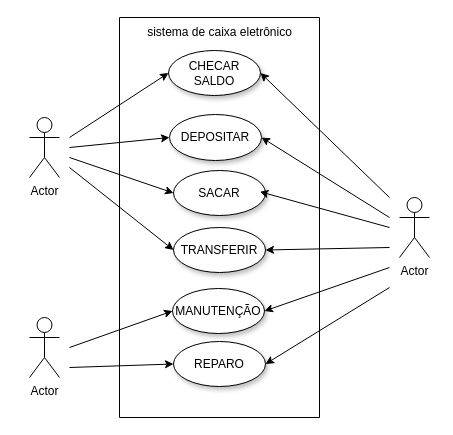
Above: page "02" (2 of 2) of Diagrama sem nome.drawio in alvgabs/diagramasderequisitos (draw.io), before the change. Source tidied: cells renumbered, new cells numbered last; positions are measured from the earlier drawing's top-left corner, leaving out a move shared by most shapes. Both pictures are drawn from the tidied source at 100%, with x=0, y=0 at pixel (29, 17).
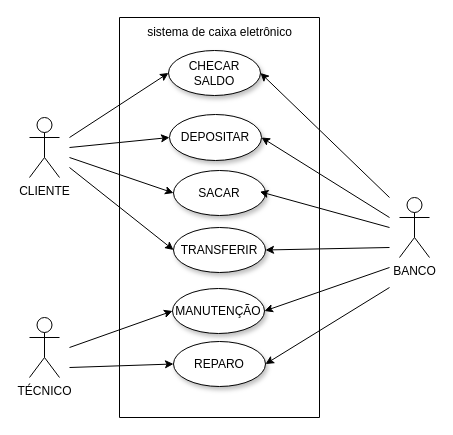
After the change.

The edit, as a diff of the source:
```diff
@@
-    <mxCell id="2" value="Actor" style="shape=umlActor;verticalLabelPosition=bottom;verticalAlign=top;html=1;" parent="1" vertex="1">
+    <mxCell id="2" value="CLIENTE" style="shape=umlActor;verticalLabelPosition=bottom;verticalAlign=top;html=1;" parent="1" vertex="1">
       <mxGeometry y="100" width="30" height="60" as="geometry" />
     </mxCell>
-    <mxCell id="3" value="Actor" style="shape=umlActor;verticalLabelPosition=bottom;verticalAlign=top;html=1;" parent="1" vertex="1">
+    <mxCell id="3" value="TÉCNICO" style="shape=umlActor;verticalLabelPosition=bottom;verticalAlign=top;html=1;" parent="1" vertex="1">
       <mxGeometry y="300" width="30" height="60" as="geometry" />
     </mxCell>
-    <mxCell id="4" value="Actor" style="shape=umlActor;verticalLabelPosition=bottom;verticalAlign=top;html=1;" parent="1" vertex="1">
+    <mxCell id="4" value="BANCO" style="shape=umlActor;verticalLabelPosition=bottom;verticalAlign=top;html=1;" parent="1" vertex="1">
       <mxGeometry x="370" y="180" width="30" height="60" as="geometry" />
     </mxCell>
```
